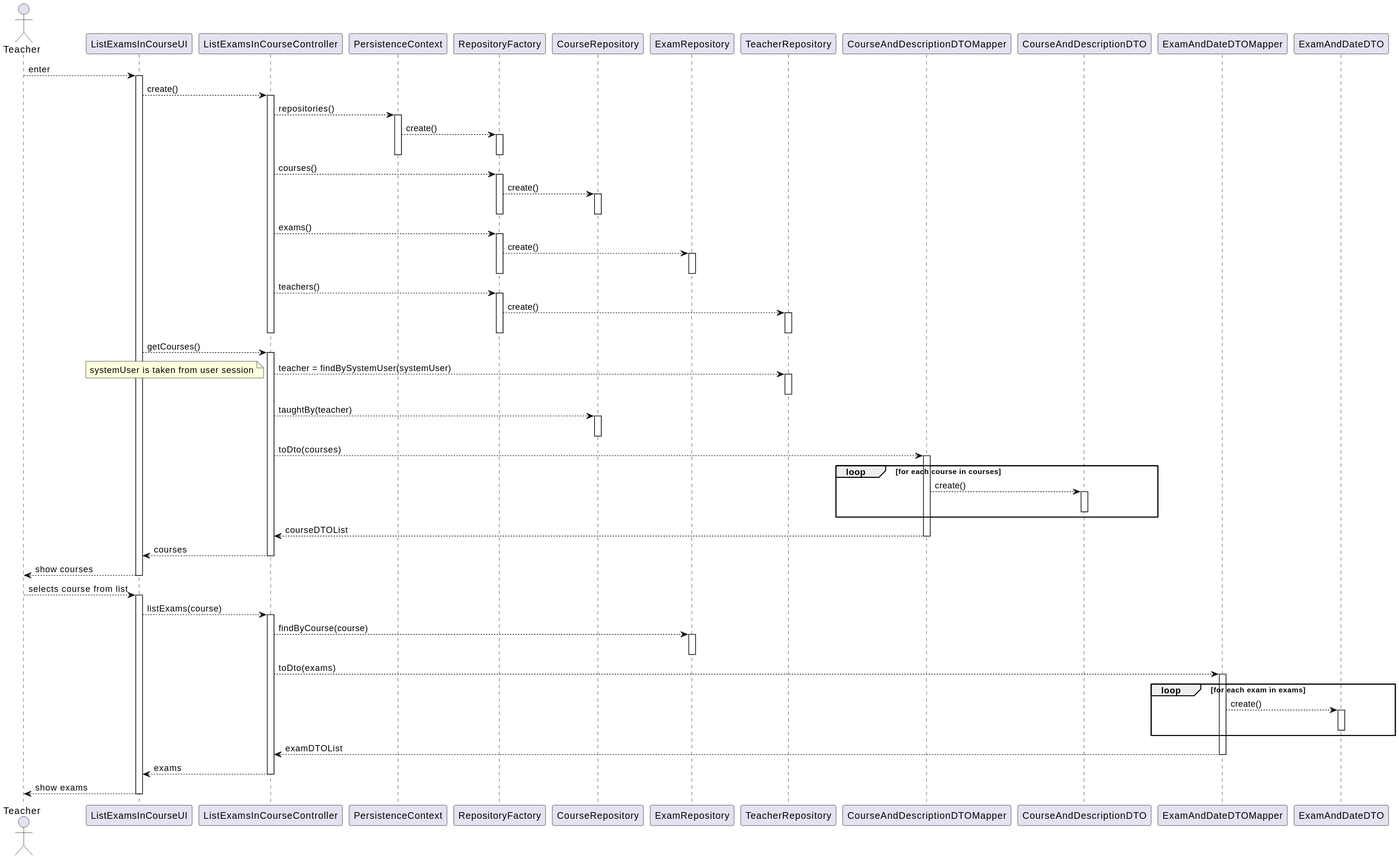
jovami/isep-lapr4 keeps this PlantUML diagram as docs/us_2003/sd.svg. Above is the earlier version.
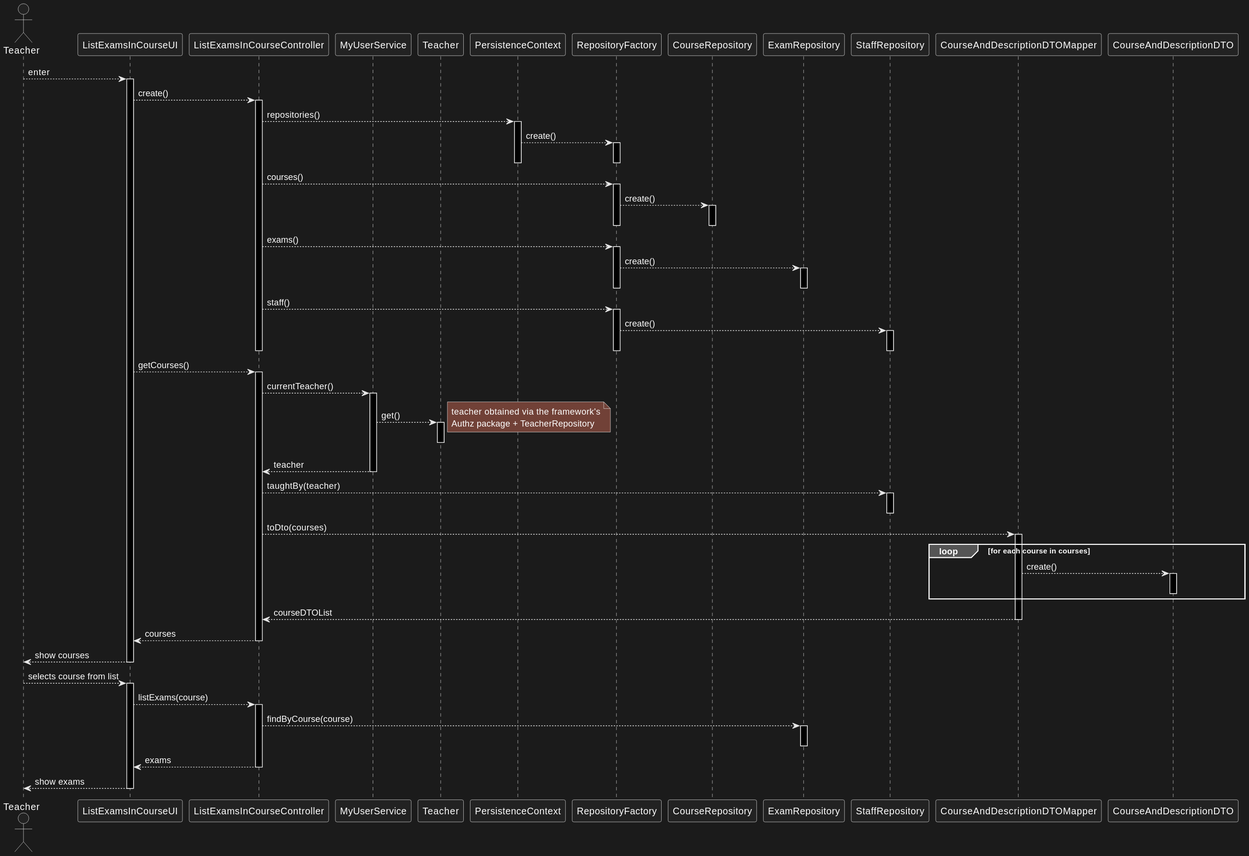
The same diagram one commit later.

What changed in the source:
```diff
@@ -3,17 +3,17 @@
 participant ListExamsInCourseUI as ui
 participant ListExamsInCourseController as ctrl
 
+participant MyUserService as user_svc
+participant Teacher as teacher
+
 participant PersistenceContext as ctx
 participant RepositoryFactory as rep_fac
 participant CourseRepository as course_repo
 participant ExamRepository as exam_repo
-participant TeacherRepository as teacher_repo
+participant StaffRepository as staff_repo
 
 participant CourseAndDescriptionDTOMapper as course_mapper
 participant CourseAndDescriptionDTO as course_dto
-
-participant ExamAndDateDTOMapper as exam_mapper
-participant ExamAndDateDTO as exam_dto
 
 user --> ui: enter
 activate ui
@@ -40,25 +40,29 @@
             deactivate exam_repo
         deactivate rep_fac
 
-        ctrl --> rep_fac: teachers()
+        ctrl --> rep_fac: staff()
         activate rep_fac
-            rep_fac --> teacher_repo: create()
-            activate teacher_repo
-            deactivate teacher_repo
+            rep_fac --> staff_repo: create()
+            activate staff_repo
+            deactivate staff_repo
         deactivate rep_fac
     deactivate ctrl
 
     ui --> ctrl: getCourses()
     activate ctrl
-        ctrl --> teacher_repo: teacher = findBySystemUser(systemUser)
-        activate teacher_repo
-        note bottom: systemUser is taken from user session
-        deactivate teacher_repo
+        ctrl --> user_svc : currentTeacher()
+        activate user_svc
+            user_svc --> teacher : get()
+            activate teacher
+            deactivate teacher
+            note right : teacher obtained via the framework's\nAuthz package + TeacherRepository
+            user_svc --> ctrl : teacher
+        deactivate user_svc
 
-        ctrl --> course_repo: taughtBy(teacher)
+        ctrl --> staff_repo: taughtBy(teacher)
 
-        activate course_repo
-        deactivate course_repo
+        activate staff_repo
+        deactivate staff_repo
 
         ctrl --> course_mapper: toDto(courses)
         activate course_mapper
@@ -82,16 +86,6 @@
         ctrl --> exam_repo: findByCourse(course)
         activate exam_repo
         deactivate exam_repo
-
-        ctrl --> exam_mapper: toDto(exams)
-        activate exam_mapper
-            loop for each exam in exams
-                exam_mapper --> exam_dto: create()
-                activate exam_dto
-                deactivate exam_dto
-            end loop
-            exam_mapper --> ctrl: examDTOList
-        deactivate exam_mapper
         ctrl --> ui: exams
     deactivate ctrl
     ui --> user: show exams
```
